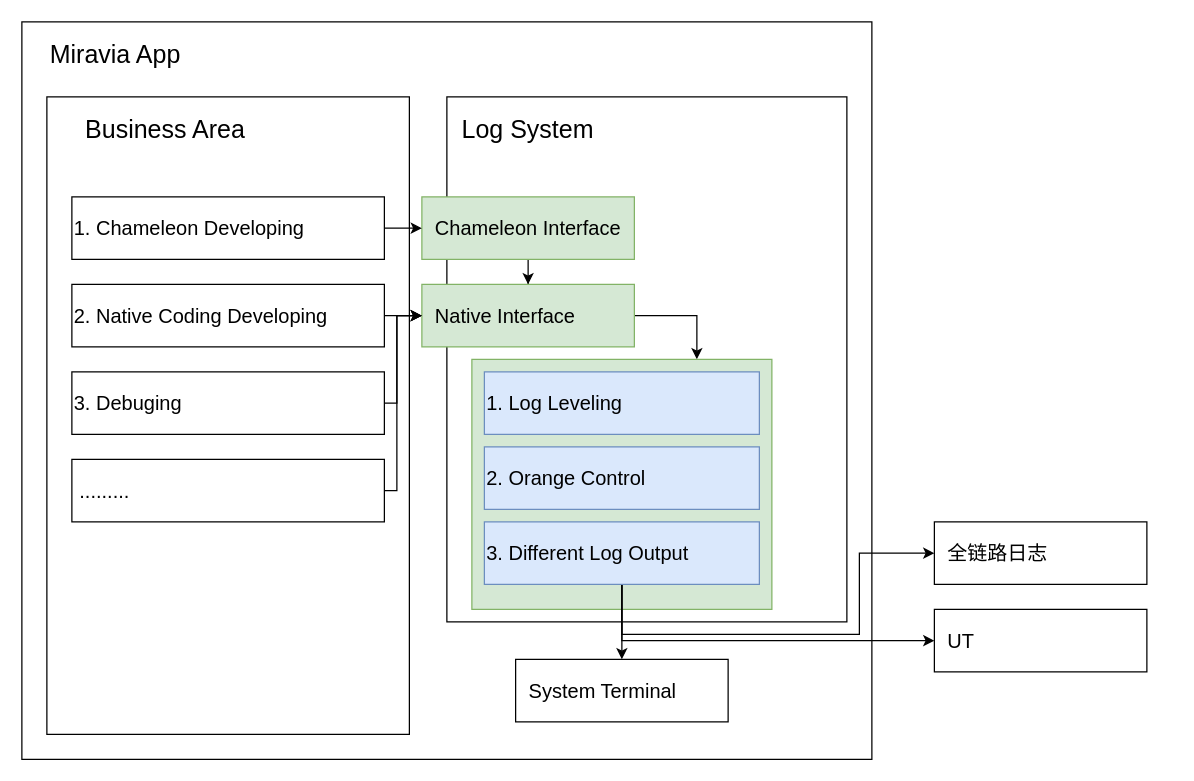
Before: Fundamental_Diagram.drawio in TIEmerald/Draw_io_Repository, a draw.io diagram. Source tidied: cells renumbered, new cells numbered last; positions are measured from the earlier drawing's top-left corner, leaving out a move shared by most shapes. Both pictures are drawn from the tidied source at 125%, with x=0, y=0 at pixel (21, 21).
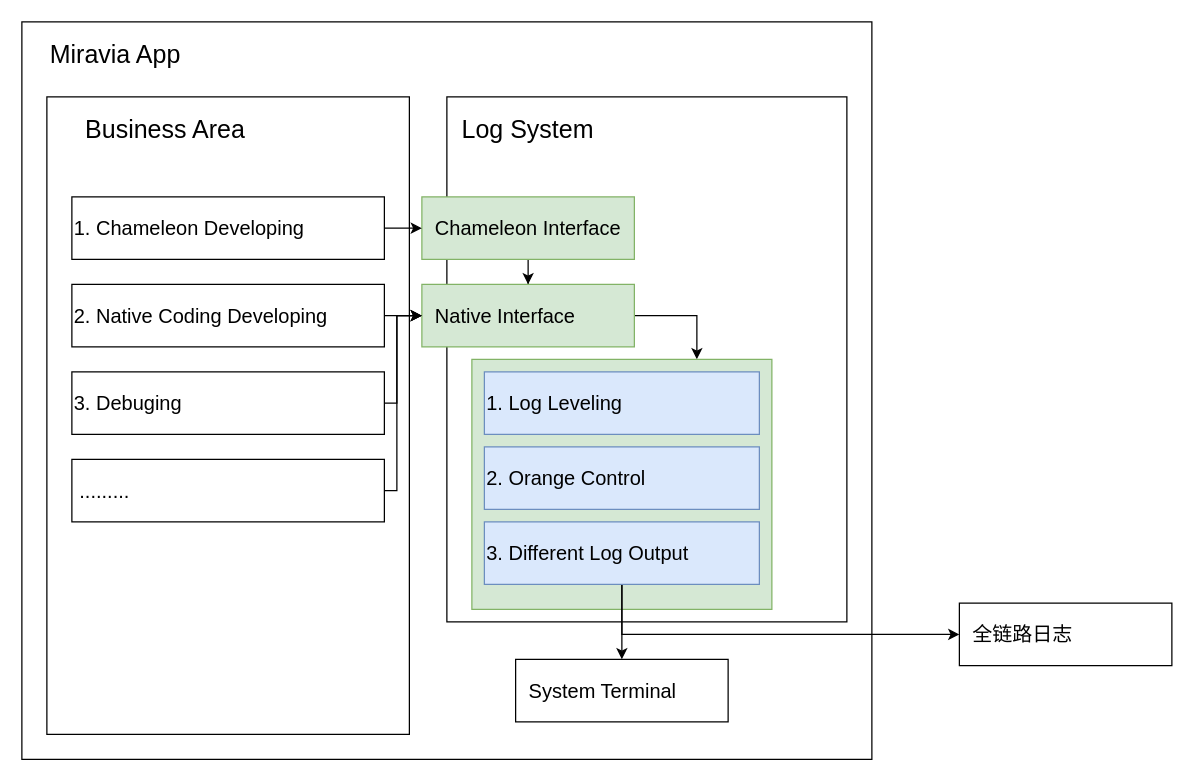
Above is the later version.

Unchanged cells that the change refers to:
```xml
<mxCell id="26" value="&lt;font style=&quot;font-size: 16px;&quot;&gt;3. Different Log Output&lt;/font&gt;" style="rounded=0;whiteSpace=wrap;html=1;align=left;fillColor=#dae8fc;strokeColor=#6c8ebf;" parent="1" vertex="1">
  <mxGeometry x="370" y="400" width="220" height="50" as="geometry" />
</mxCell>
```

Diff of the diagram source:
```diff
@@
     <mxCell id="24" style="edgeStyle=orthogonalEdgeStyle;rounded=0;jettySize=auto;html=1;exitX=0.5;exitY=1;exitDx=0;exitDy=0;entryX=0;entryY=0.5;entryDx=0;entryDy=0;" parent="1" edge="1" source="26" target="28">
       <mxGeometry relative="1" as="geometry">
         <Array as="points">
           <mxPoint x="480" y="490" />
-          <mxPoint x="670" y="490" />
-          <mxPoint x="670" y="425" />
+          <mxPoint x="730" y="490" />
         </Array>
       </mxGeometry>
     </mxCell>
-    <mxCell id="25" style="edgeStyle=orthogonalEdgeStyle;rounded=0;jettySize=auto;html=1;exitX=0.5;exitY=1;exitDx=0;exitDy=0;entryX=0;entryY=0.5;entryDx=0;entryDy=0;" parent="1" edge="1" source="26" target="29">
-      <mxGeometry relative="1" as="geometry" />
-    </mxCell>
@@
     <mxCell id="28" value="&lt;span style=&quot;font-size: 16px;&quot;&gt;&amp;nbsp; 全链路日志&lt;/span&gt;" style="rounded=0;whiteSpace=wrap;html=1;align=left;" parent="1" vertex="1">
-      <mxGeometry x="730" y="400" width="170" height="50" as="geometry" />
+      <mxGeometry x="750" y="465" width="170" height="50" as="geometry" />
     </mxCell>
-    <mxCell id="29" value="&lt;span style=&quot;font-size: 16px;&quot;&gt;&amp;nbsp; UT&lt;/span&gt;" style="rounded=0;whiteSpace=wrap;html=1;align=left;" parent="1" vertex="1">
-      <mxGeometry x="730" y="470" width="170" height="50" as="geometry" />
-    </mxCell>
```
